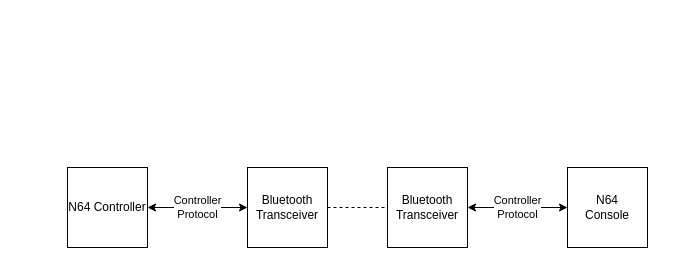
CamEmil/Beam64 keeps this draw.io diagram as Diagrams/Raw/System_High_Level.drawio. Above is the earlier version. Source tidied: cells renumbered, new cells numbered last; positions are measured from the earlier drawing's top-left corner, leaving out a move shared by most shapes. Both pictures are drawn from the tidied source at 100%, with x=0, y=0 at pixel (67, 167).
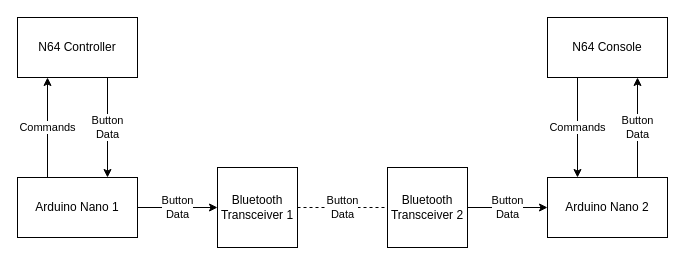
After the change.

Change to the diagram source:
```diff
@@
 <mxGraphModel>
   <root>
     <mxCell id="0" />
     <mxCell id="1" parent="0" />
-    <mxCell id="2" value="Bluetooth Transceiver" style="whiteSpace=wrap;html=1;" parent="1" vertex="1">
-      <mxGeometry x="180" width="80" height="80" as="geometry" />
+    <mxCell id="2" value="Bluetooth Transceiver 1" style="whiteSpace=wrap;html=1;" parent="1" vertex="1">
+      <mxGeometry x="150" width="80" height="80" as="geometry" />
     </mxCell>
+    <mxCell id="9" value="&lt;div&gt;Button&lt;/div&gt;&lt;div&gt;Data&lt;br&gt;&lt;/div&gt;" style="edgeStyle=orthogonalEdgeStyle;rounded=0;jettySize=auto;html=1;entryX=0;entryY=0.5;entryDx=0;entryDy=0;" parent="1" edge="1" source="3" target="16">
+      <mxGeometry relative="1" as="geometry" />
+    </mxCell>
-    <mxCell id="3" value="Bluetooth Transceiver" style="whiteSpace=wrap;html=1;" parent="1" vertex="1">
+    <mxCell id="3" value="Bluetooth Transceiver 2" style="whiteSpace=wrap;html=1;" parent="1" vertex="1">
       <mxGeometry x="320" width="80" height="80" as="geometry" />
     </mxCell>
+    <mxCell id="6" value="&lt;div&gt;Button&lt;/div&gt;&lt;div&gt;Data&lt;br&gt;&lt;/div&gt;" style="endArrow=none;dashed=1;html=1;exitX=1;exitY=0.5;exitDx=0;exitDy=0;" parent="1" edge="1" source="2">
+      <mxGeometry relative="1" as="geometry">
+        <mxPoint x="320" y="40" as="targetPoint" />
+      </mxGeometry>
+    </mxCell>
+    <mxCell id="10" value="&lt;div&gt;Commands&lt;/div&gt;" style="endArrow=classic;html=1;entryX=0.25;entryY=1;entryDx=0;entryDy=0;exitX=0.25;exitY=0;exitDx=0;exitDy=0;" parent="1" edge="1" source="12" target="4">
+      <mxGeometry relative="1" as="geometry" />
+    </mxCell>
+    <mxCell id="11" value="&lt;div&gt;Button&lt;/div&gt;&lt;div&gt;Data&lt;br&gt;&lt;/div&gt;" style="edgeStyle=orthogonalEdgeStyle;rounded=0;jettySize=auto;html=1;entryX=0;entryY=0.5;entryDx=0;entryDy=0;" parent="1" edge="1" source="12" target="2">
+      <mxGeometry relative="1" as="geometry" />
+    </mxCell>
+    <mxCell id="12" value="&lt;div&gt;Arduino Nano 1&lt;br&gt;&lt;/div&gt;" style="rounded=0;whiteSpace=wrap;html=1;" parent="1" vertex="1">
+      <mxGeometry x="-50" y="10" width="120" height="60" as="geometry" />
+    </mxCell>
+    <mxCell id="13" value="&lt;div&gt;Button&lt;/div&gt;&lt;div&gt;Data&lt;br&gt;&lt;/div&gt;" style="edgeStyle=orthogonalEdgeStyle;rounded=0;jettySize=auto;html=1;exitX=0.75;exitY=1;exitDx=0;exitDy=0;entryX=0.75;entryY=0;entryDx=0;entryDy=0;" parent="1" edge="1" source="4" target="12">
+      <mxGeometry relative="1" as="geometry" />
+    </mxCell>
-    <mxCell id="4" value="N64 Controller" style="whiteSpace=wrap;html=1;" parent="1" vertex="1">
-      <mxGeometry width="80" height="80" as="geometry" />
+    <mxCell id="4" value="&lt;div&gt;N64 Controller&lt;/div&gt;" style="rounded=0;whiteSpace=wrap;html=1;" parent="1" vertex="1">
+      <mxGeometry x="-50" y="-150" width="120" height="60" as="geometry" />
     </mxCell>
+    <mxCell id="14" value="&lt;div&gt;Commands&lt;/div&gt;" style="edgeStyle=orthogonalEdgeStyle;rounded=0;jettySize=auto;html=1;exitX=0.25;exitY=1;exitDx=0;exitDy=0;entryX=0.25;entryY=0;entryDx=0;entryDy=0;" parent="1" edge="1" source="5" target="16">
+      <mxGeometry relative="1" as="geometry" />
+    </mxCell>
-    <mxCell id="5" value="&lt;div&gt;N64 &lt;br&gt;&lt;/div&gt;&lt;div&gt;Console&lt;/div&gt;" style="whiteSpace=wrap;html=1;" parent="1" vertex="1">
-      <mxGeometry x="500" width="80" height="80" as="geometry" />
+    <mxCell id="5" value="N64 Console" style="rounded=0;whiteSpace=wrap;html=1;" parent="1" vertex="1">
+      <mxGeometry x="480" y="-150" width="120" height="60" as="geometry" />
     </mxCell>
-    <mxCell id="6" style="endArrow=none;dashed=1;html=1;entryX=0;entryY=0.5;entryDx=0;entryDy=0;exitX=1;exitY=0.5;exitDx=0;exitDy=0;" parent="1" edge="1" source="2" target="3">
-      <mxGeometry relative="1" as="geometry" />
-    </mxCell>
-    <mxCell id="7" value="&lt;div&gt;Controller&lt;/div&gt;&lt;div&gt;Protocol&lt;/div&gt;" style="endArrow=classic;startArrow=classic;html=1;entryX=0;entryY=0.5;entryDx=0;entryDy=0;exitX=1;exitY=0.5;exitDx=0;exitDy=0;" parent="1" edge="1" source="4" target="2">
-      <mxGeometry relative="1" as="geometry" />
-    </mxCell>
-    <mxCell id="8" value="&lt;div&gt;Controller&lt;/div&gt;&lt;div&gt;Protocol&lt;/div&gt;" style="endArrow=classic;startArrow=classic;html=1;entryX=0;entryY=0.5;entryDx=0;entryDy=0;exitX=1;exitY=0.5;exitDx=0;exitDy=0;" parent="1" edge="1">
-      <mxGeometry relative="1" as="geometry">
-        <mxPoint x="400" y="40" as="sourcePoint" />
-        <mxPoint x="500" y="40" as="targetPoint" />
-      </mxGeometry>
-    </mxCell>
+    <mxCell id="15" value="&lt;div&gt;Button&lt;/div&gt;&lt;div&gt;Data&lt;/div&gt;" style="edgeStyle=orthogonalEdgeStyle;rounded=0;jettySize=auto;html=1;exitX=0.75;exitY=0;exitDx=0;exitDy=0;entryX=0.75;entryY=1;entryDx=0;entryDy=0;" parent="1" edge="1" source="16" target="5">
+      <mxGeometry relative="1" as="geometry" />
+    </mxCell>
+    <mxCell id="16" value="&lt;div&gt;Arduino Nano 2&lt;/div&gt;" style="rounded=0;whiteSpace=wrap;html=1;" parent="1" vertex="1">
+      <mxGeometry x="480" y="10" width="120" height="60" as="geometry" />
+    </mxCell>
   </root>
 </mxGraphModel>
```
